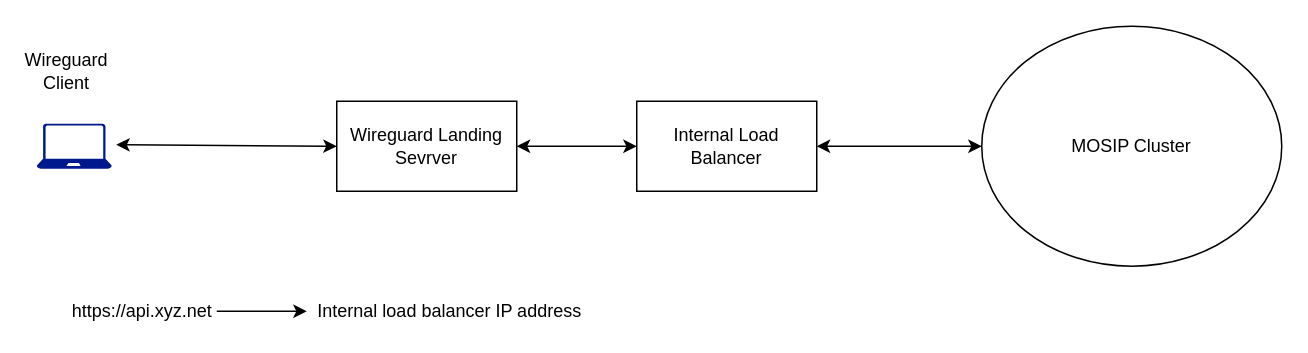
This is deployment/v3/docs/images/wireguard_landing.drawio from mosip/mosip-infra, a draw.io file, before an edit. Source tidied: cells renumbered, new cells numbered last; positions are measured from the earlier drawing's top-left corner, leaving out a move shared by most shapes. Both pictures are drawn from the tidied source at 150%, with x=0, y=0 at pixel (36, 26).
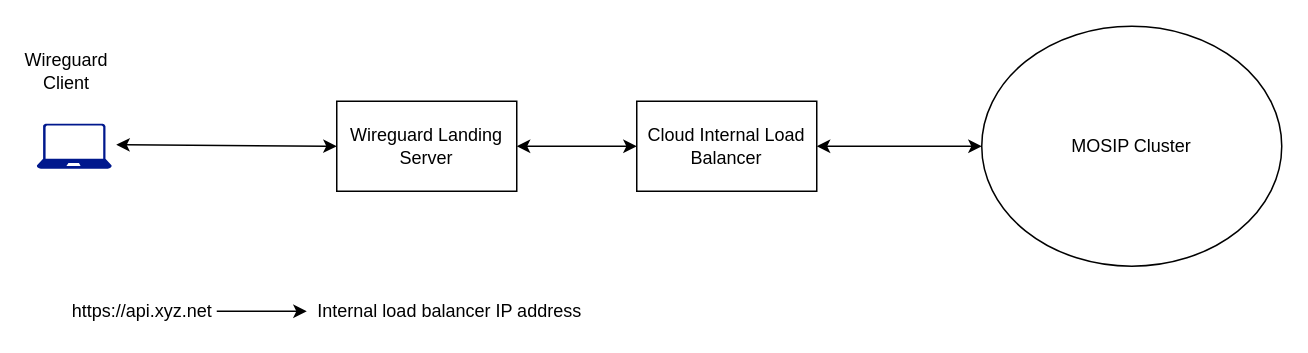
The same diagram, later.

Change to the diagram source:
```diff
@@
 <mxGraphModel>
   <root>
     <mxCell id="0" />
     <mxCell id="1" parent="0" />
     <mxCell id="2" value="MOSIP Cluster" style="ellipse;whiteSpace=wrap;html=1;" parent="1" vertex="1">
       <mxGeometry x="630" width="200" height="160" as="geometry" />
     </mxCell>
-    <mxCell id="3" value="Internal Load Balancer" style="rounded=0;whiteSpace=wrap;html=1;" parent="1" vertex="1">
+    <mxCell id="3" value="Cloud Internal Load Balancer" style="rounded=0;whiteSpace=wrap;html=1;" parent="1" vertex="1">
       <mxGeometry x="400" y="50" width="120" height="60" as="geometry" />
     </mxCell>
-    <mxCell id="4" value="Wireguard Landing Sevrver" style="rounded=0;whiteSpace=wrap;html=1;" parent="1" vertex="1">
+    <mxCell id="4" value="Wireguard Landing Server" style="rounded=0;whiteSpace=wrap;html=1;" parent="1" vertex="1">
       <mxGeometry x="200" y="50" width="120" height="60" as="geometry" />
     </mxCell>
     <mxCell id="5" style="shadow=0;dashed=0;html=1;strokeColor=none;labelPosition=center;verticalLabelPosition=bottom;verticalAlign=top;align=center;fillColor=#00188D;shape=mxgraph.azure.laptop;" parent="1" vertex="1">
       <mxGeometry y="65" width="50" height="30" as="geometry" />
     </mxCell>
     <mxCell id="6" value="Wireguard Client" style="text;html=1;strokeColor=none;fillColor=none;align=center;verticalAlign=middle;whiteSpace=wrap;rounded=0;" parent="1" vertex="1">
       <mxGeometry y="20" width="40" height="20" as="geometry" />
     </mxCell>
     <mxCell id="7" value="https://api.xyz.net" style="text;html=1;align=center;verticalAlign=middle;strokeColor=none;" parent="1" vertex="1">
       <mxGeometry x="15" y="180" width="110" height="20" as="geometry" />
     </mxCell>
     <mxCell id="8" value="Internal load balancer IP address&lt;br&gt;" style="text;html=1;align=center;verticalAlign=middle;points=[];strokeColor=none;" parent="1" vertex="1">
       <mxGeometry x="180" y="180" width="190" height="20" as="geometry" />
     </mxCell>
     <mxCell id="9" style="endArrow=classic;html=1;" parent="1" edge="1" target="8">
       <mxGeometry relative="1" as="geometry">
         <mxPoint x="120" y="190" as="sourcePoint" />
       </mxGeometry>
     </mxCell>
     <mxCell id="10" style="endArrow=classic;startArrow=classic;html=1;entryX=0;entryY=0.5;entryDx=0;entryDy=0;exitX=1.06;exitY=0.467;exitDx=0;exitDy=0;exitPerimeter=0;" parent="1" edge="1" source="5" target="4">
       <mxGeometry relative="1" as="geometry" />
     </mxCell>
     <mxCell id="11" style="endArrow=classic;startArrow=classic;html=1;entryX=0;entryY=0.5;entryDx=0;entryDy=0;exitX=1;exitY=0.5;exitDx=0;exitDy=0;" parent="1" edge="1" source="4" target="3">
       <mxGeometry relative="1" as="geometry" />
     </mxCell>
     <mxCell id="12" style="endArrow=classic;startArrow=classic;html=1;entryX=0;entryY=0.5;entryDx=0;entryDy=0;exitX=1;exitY=0.5;exitDx=0;exitDy=0;" parent="1" edge="1" source="3" target="2">
       <mxGeometry relative="1" as="geometry" />
     </mxCell>
   </root>
 </mxGraphModel>
```
